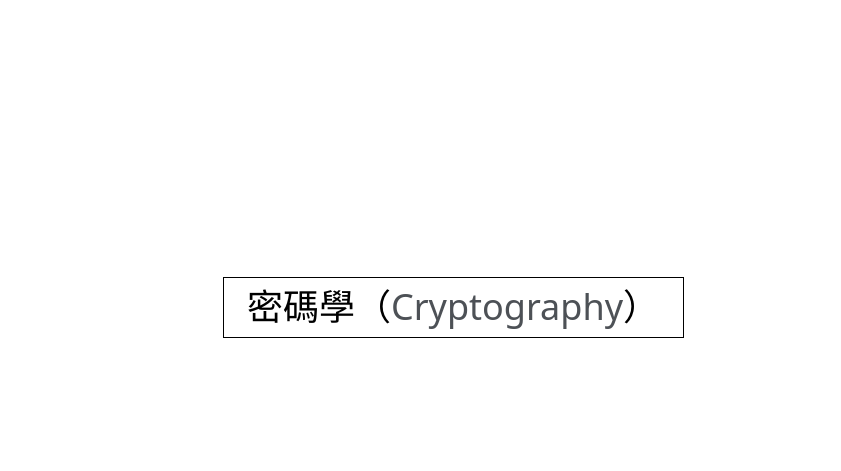
The draw.io diagram 網絡安全知識圖譜.drawio in pengzhen80/PigeonRace, before the edit. Source tidied: cells renumbered, new cells numbered last; positions are measured from the earlier drawing's top-left corner, leaving out a move shared by most shapes. Both pictures are drawn from the tidied source at 100%, with x=0, y=0 at pixel (223, 277).
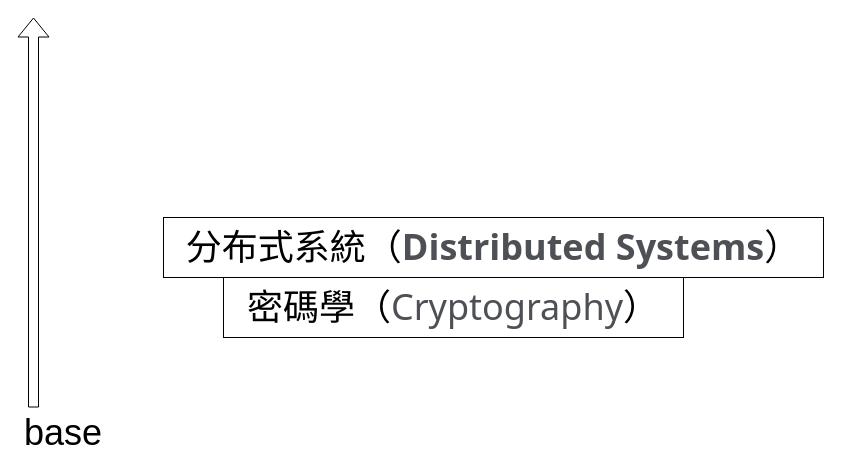
After the change.

Commit message (it also covers changes not shown here):
更新網絡安全知識圖譜.drawio

Diff of the diagram source:
```diff
@@
 <mxGraphModel>
   <root>
     <mxCell id="0" />
     <mxCell id="1" parent="0" />
     <mxCell id="2" value="&lt;font style=&quot;&quot;&gt;&lt;span style=&quot;font-size: 36px;&quot;&gt;密碼學（&lt;/span&gt;&lt;span style=&quot;font-family: inter-regular, system-ui, apple-system, BlinkMacSystemFont, &amp;quot;Segoe UI&amp;quot;, Roboto, &amp;quot;Helvetica Neue&amp;quot;, Helvetica, Arial, sans-serif; color: rgb(77, 81, 86); background-color: transparent; text-align: start;&quot;&gt;&lt;font style=&quot;font-size: 36px;&quot;&gt;Cryptography&lt;/font&gt;&lt;/span&gt;&lt;span style=&quot;font-size: 36px; background-color: initial;&quot;&gt;）&lt;/span&gt;&lt;br&gt;&lt;/font&gt;" style="rounded=0;whiteSpace=wrap;html=1;" parent="1" vertex="1">
       <mxGeometry width="460" height="60" as="geometry" />
     </mxCell>
+    <mxCell id="3" value="分布式系統（&lt;b style=&quot;font-family: inter-regular, system-ui, apple-system, BlinkMacSystemFont, &amp;quot;Segoe UI&amp;quot;, Roboto, &amp;quot;Helvetica Neue&amp;quot;, Helvetica, Arial, sans-serif; color: rgb(77, 81, 86); background-color: transparent; text-align: start;&quot;&gt;&lt;font style=&quot;font-size: 36px;&quot;&gt;Distributed Systems&lt;/font&gt;&lt;/b&gt;&lt;span style=&quot;background-color: initial;&quot;&gt;）&lt;/span&gt;" style="rounded=0;whiteSpace=wrap;html=1;fontSize=36;" parent="1" vertex="1">
+      <mxGeometry x="-60" y="-60" width="660" height="60" as="geometry" />
+    </mxCell>
+    <mxCell id="4" style="shape=flexArrow;endArrow=classic;html=1;rounded=0;fontSize=36;" parent="1" edge="1">
+      <mxGeometry relative="1" as="geometry">
+        <mxPoint x="-190" y="130" as="sourcePoint" />
+        <mxPoint x="-190" y="-260" as="targetPoint" />
+      </mxGeometry>
+    </mxCell>
+    <mxCell id="5" value="base" style="text;html=1;strokeColor=none;fillColor=none;align=center;verticalAlign=middle;whiteSpace=wrap;rounded=0;fontSize=36;" parent="1" vertex="1">
+      <mxGeometry x="-190" y="140" width="60" height="30" as="geometry" />
+    </mxCell>
   </root>
 </mxGraphModel>
```
